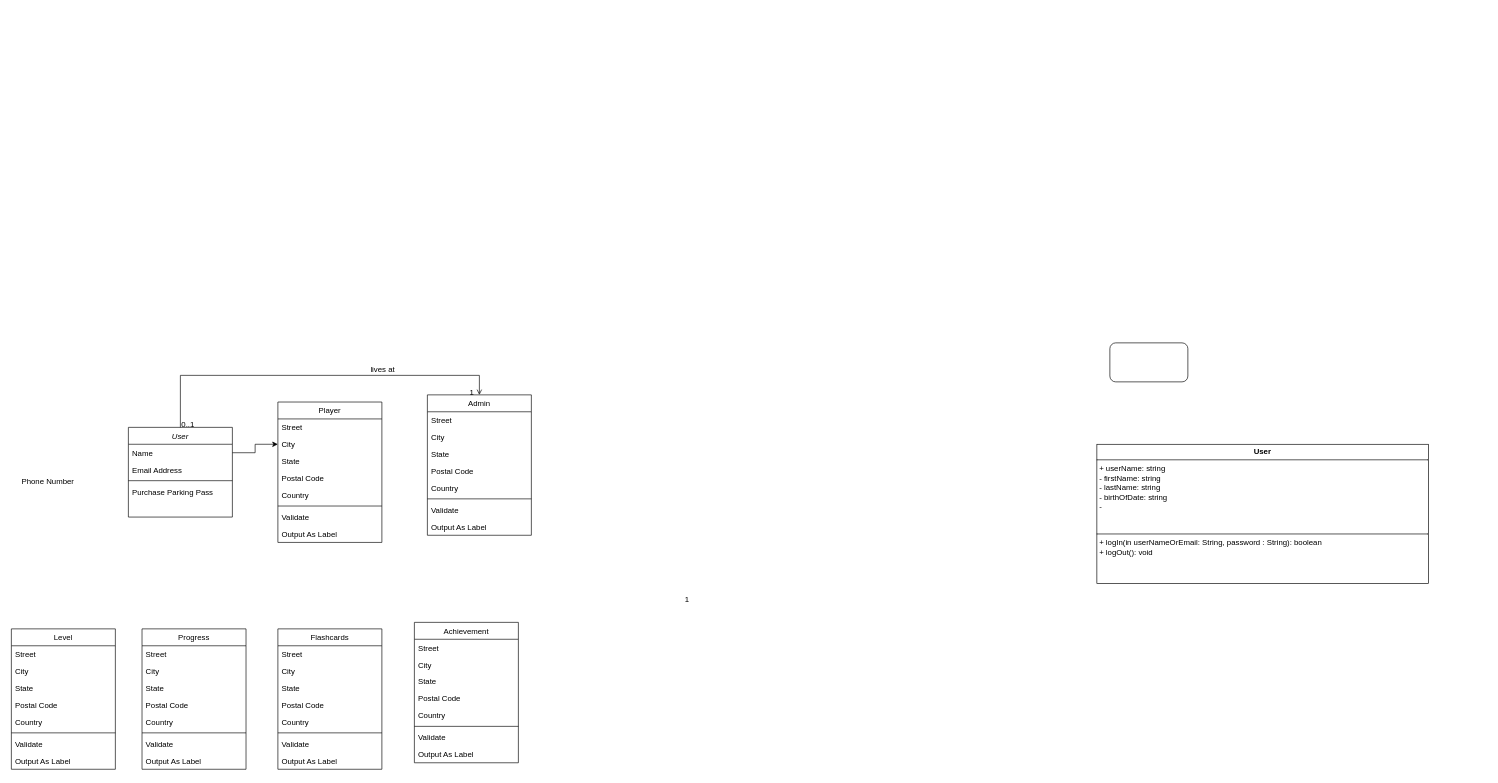
Before: HCIDiagrams.drawio in yzy21cs/Diagrams, a draw.io diagram. Source tidied: cells renumbered, new cells numbered last; positions are measured from the earlier drawing's top-left corner, leaving out a move shared by most shapes. Both pictures are drawn from the tidied source at 65%, with x=0, y=0 at pixel (11, 343).
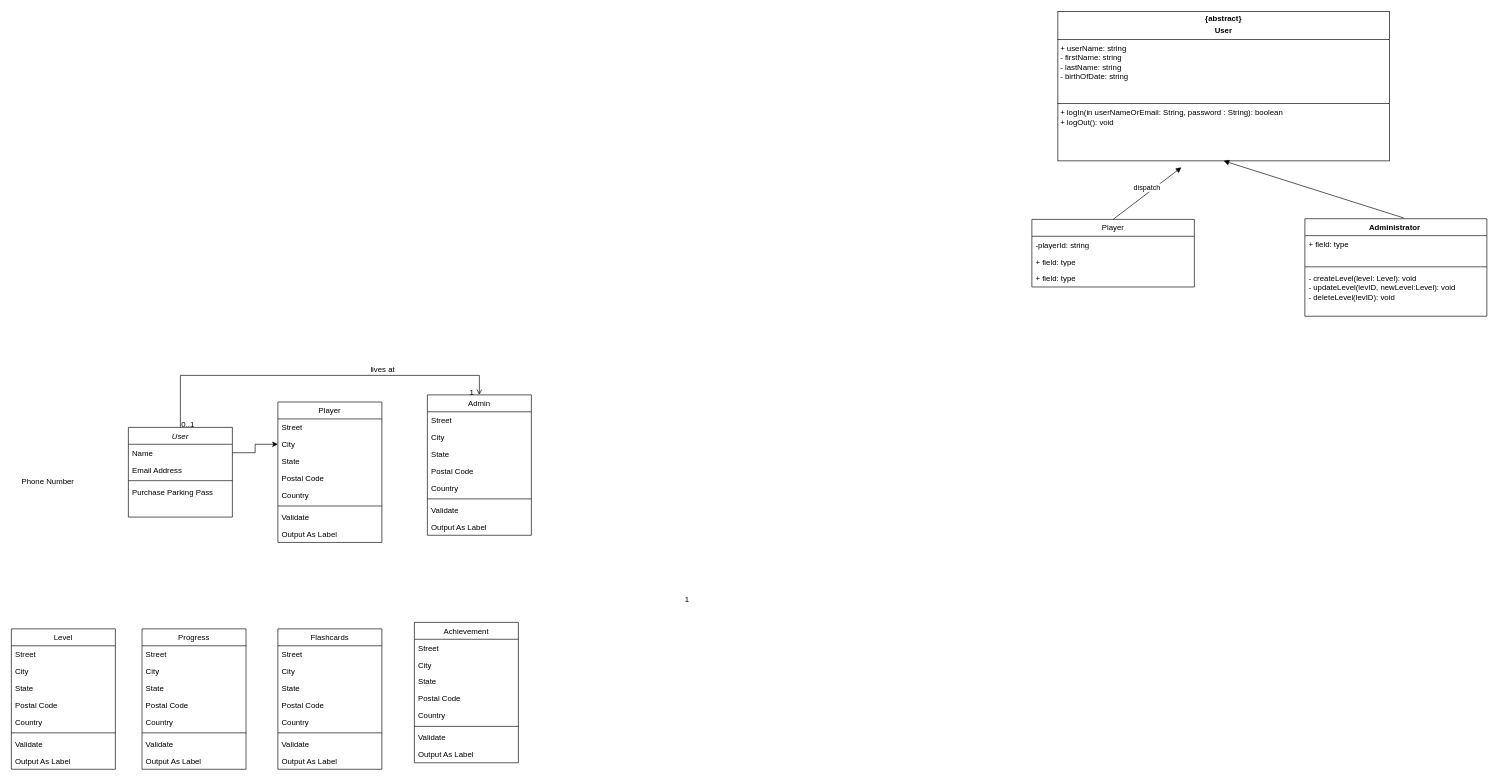
The same diagram, later.

Commit message:
player and administrator added

Change to the diagram source:
```diff
@@
-    <mxCell id="68" style="rounded=1;whiteSpace=wrap;html=1;" parent="1" vertex="1">
-      <mxGeometry x="1690" width="120" height="60" as="geometry" />
-    </mxCell>
-    <mxCell id="69" value="&lt;p style=&quot;margin:0px;margin-top:4px;text-align:center;&quot;&gt;&lt;b&gt;User&lt;/b&gt;&lt;/p&gt;&lt;hr size=&quot;1&quot; style=&quot;border-style:solid;&quot;&gt;&lt;p style=&quot;margin:0px;margin-left:4px;&quot;&gt;+ userName: string&lt;/p&gt;&lt;p style=&quot;margin:0px;margin-left:4px;&quot;&gt;- firstName: string&lt;/p&gt;&lt;p style=&quot;margin:0px;margin-left:4px;&quot;&gt;- lastName: string&lt;/p&gt;&lt;p style=&quot;margin:0px;margin-left:4px;&quot;&gt;- birthOfDate: string&lt;/p&gt;&lt;p style=&quot;margin:0px;margin-left:4px;&quot;&gt;-&amp;nbsp;&lt;/p&gt;&lt;p style=&quot;margin:0px;margin-left:4px;&quot;&gt;&lt;br&gt;&lt;/p&gt;&lt;p style=&quot;margin:0px;margin-left:4px;&quot;&gt;&lt;br&gt;&lt;/p&gt;&lt;hr size=&quot;1&quot; style=&quot;border-style:solid;&quot;&gt;&lt;p style=&quot;margin:0px;margin-left:4px;&quot;&gt;+ logIn(in userNameOrEmail: String, password : String): boolean&amp;nbsp;&lt;/p&gt;&lt;p style=&quot;margin:0px;margin-left:4px;&quot;&gt;+ logOut(): void&lt;/p&gt;" style="verticalAlign=top;align=left;overflow=fill;html=1;whiteSpace=wrap;" parent="1" vertex="1">
-      <mxGeometry x="1670" y="156" width="510" height="214" as="geometry" />
+    <mxCell id="69" value="&lt;p style=&quot;margin:0px;margin-top:4px;text-align:center;&quot;&gt;&lt;b&gt;{abstract}&lt;/b&gt;&lt;/p&gt;&lt;p style=&quot;margin:0px;margin-top:4px;text-align:center;&quot;&gt;&lt;b&gt;User&lt;/b&gt;&lt;/p&gt;&lt;hr size=&quot;1&quot; style=&quot;border-style:solid;&quot;&gt;&lt;p style=&quot;margin:0px;margin-left:4px;&quot;&gt;+ userName: string&lt;/p&gt;&lt;p style=&quot;margin:0px;margin-left:4px;&quot;&gt;- firstName: string&lt;/p&gt;&lt;p style=&quot;margin:0px;margin-left:4px;&quot;&gt;- lastName: string&lt;/p&gt;&lt;p style=&quot;margin:0px;margin-left:4px;&quot;&gt;- birthOfDate: string&lt;/p&gt;&lt;p style=&quot;margin:0px;margin-left:4px;&quot;&gt;&lt;br&gt;&lt;/p&gt;&lt;p style=&quot;margin:0px;margin-left:4px;&quot;&gt;&lt;br&gt;&lt;/p&gt;&lt;hr size=&quot;1&quot; style=&quot;border-style:solid;&quot;&gt;&lt;p style=&quot;margin:0px;margin-left:4px;&quot;&gt;+ logIn(in userNameOrEmail: String, password : String): boolean&amp;nbsp;&lt;/p&gt;&lt;p style=&quot;margin:0px;margin-left:4px;&quot;&gt;+ logOut(): void&lt;/p&gt;" style="verticalAlign=top;align=left;overflow=fill;html=1;whiteSpace=wrap;" parent="1" vertex="1">
+      <mxGeometry x="1610" y="-510" width="510" height="230" as="geometry" />
     </mxCell>
+    <mxCell id="70" value="Player" style="swimlane;fontStyle=0;horizontal=1;startSize=26;fillColor=none;whiteSpace=wrap;html=1;" parent="1" vertex="1">
+      <mxGeometry x="1570" y="-190" width="250" height="104" as="geometry" />
+    </mxCell>
+    <mxCell id="71" value="-playerId: string" style="text;strokeColor=none;fillColor=none;align=left;verticalAlign=top;spacingLeft=4;spacingRight=4;overflow=hidden;whiteSpace=wrap;html=1;" parent="70" vertex="1">
+      <mxGeometry y="26" width="250" height="26" as="geometry" />
+    </mxCell>
+    <mxCell id="72" value="+ field: type" style="text;strokeColor=none;fillColor=none;align=left;verticalAlign=top;spacingLeft=4;spacingRight=4;overflow=hidden;whiteSpace=wrap;html=1;" parent="70" vertex="1">
+      <mxGeometry y="52" width="250" height="26" as="geometry" />
+    </mxCell>
+    <mxCell id="73" value="+ field: type" style="text;strokeColor=none;fillColor=none;align=left;verticalAlign=top;spacingLeft=4;spacingRight=4;overflow=hidden;whiteSpace=wrap;html=1;" parent="70" vertex="1">
+      <mxGeometry y="78" width="250" height="26" as="geometry" />
+    </mxCell>
+    <mxCell id="74" value="Administrator&amp;nbsp;" style="swimlane;fontStyle=1;align=center;verticalAlign=top;horizontal=1;startSize=26;whiteSpace=wrap;html=1;" parent="1" vertex="1">
+      <mxGeometry x="1990" y="-191" width="280" height="150" as="geometry" />
+    </mxCell>
+    <mxCell id="75" value="+ field: type&lt;div&gt;&lt;br&gt;&lt;/div&gt;" style="text;strokeColor=none;fillColor=none;align=left;verticalAlign=top;spacingLeft=4;spacingRight=4;overflow=hidden;whiteSpace=wrap;html=1;" parent="74" vertex="1">
+      <mxGeometry y="26" width="280" height="44" as="geometry" />
+    </mxCell>
+    <mxCell id="76" style="line;strokeWidth=1;fillColor=none;align=left;verticalAlign=middle;spacingTop=-1;spacingLeft=3;spacingRight=3;labelPosition=right;strokeColor=inherit;" parent="74" vertex="1">
+      <mxGeometry y="70" width="280" height="8" as="geometry" />
+    </mxCell>
+    <mxCell id="77" value="- createLevel(level: Level): void&lt;div&gt;- updateLevel(levID, newLevel:Level): void&lt;/div&gt;&lt;div&gt;- deleteLevel(levID): void&lt;br&gt;&lt;div&gt;&lt;br&gt;&lt;div&gt;&lt;br&gt;&lt;/div&gt;&lt;/div&gt;&lt;/div&gt;" style="text;strokeColor=none;fillColor=none;align=left;verticalAlign=top;spacingLeft=4;spacingRight=4;overflow=hidden;whiteSpace=wrap;html=1;" parent="74" vertex="1">
+      <mxGeometry y="78" width="280" height="72" as="geometry" />
+    </mxCell>
+    <mxCell id="78" style="html=1;verticalAlign=bottom;endArrow=block;curved=0;rounded=0;exitX=0.543;exitY=-0.008;exitDx=0;exitDy=0;exitPerimeter=0;entryX=0.5;entryY=1;entryDx=0;entryDy=0;" parent="1" edge="1" source="74" target="69">
+      <mxGeometry relative="1" as="geometry" />
+    </mxCell>
+    <mxCell id="79" value="dispatch" style="html=1;verticalAlign=bottom;endArrow=block;curved=0;rounded=0;exitX=0.5;exitY=0;exitDx=0;exitDy=0;" parent="1" edge="1" source="70">
+      <mxGeometry relative="1" as="geometry">
+        <mxPoint x="1800" y="-270" as="targetPoint" />
+      </mxGeometry>
+    </mxCell>
```
